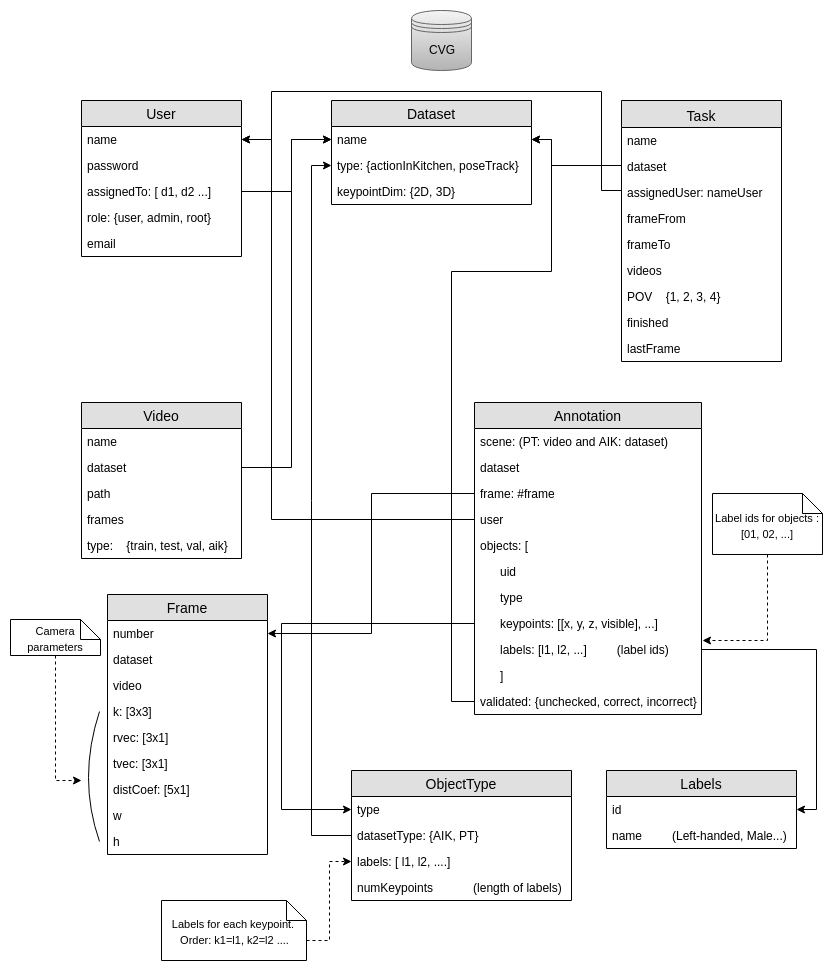
The draw.io diagram images/CVG_BBDD.png in bonn-activity-maps/bam_annotation_tool, before a commit. Source tidied: cells renumbered, new cells last; positions are measured from the earlier drawing's top-left corner, leaving out a move shared by most shapes.
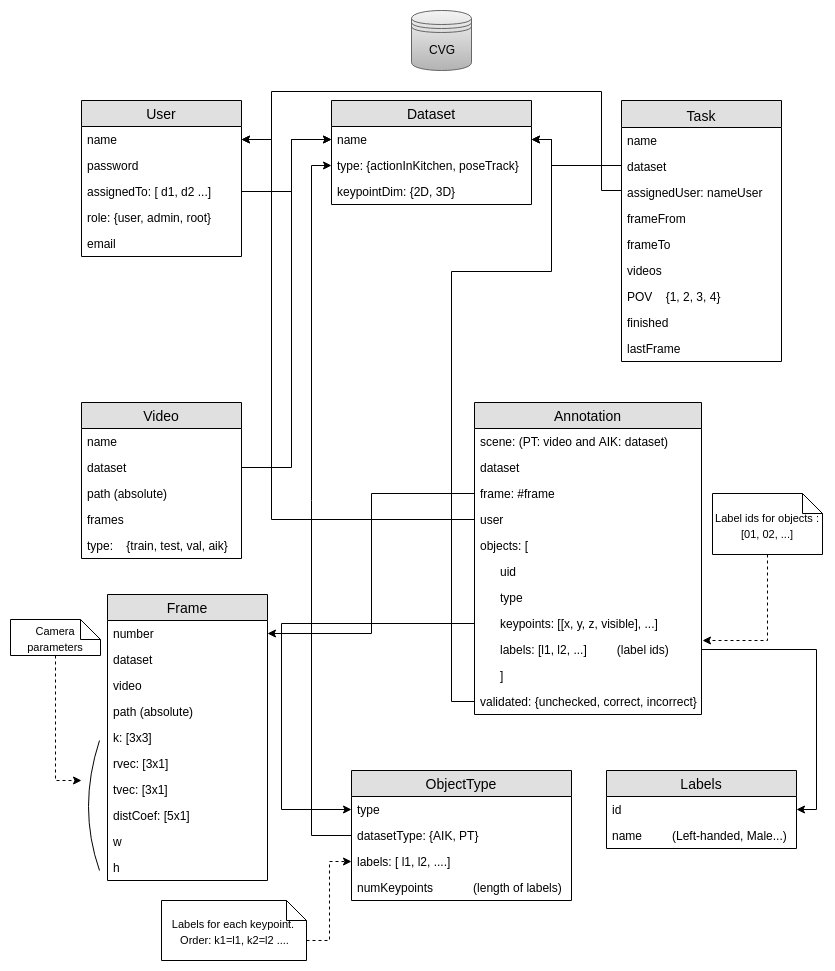
Later version of the same file.

Commit message:
#60 Add absolute path to frame

Change to the diagram source:
```diff
@@ -187,7 +187,7 @@
     <mxCell id="54" value="dataset" style="text;strokeColor=none;fillColor=none;spacingLeft=4;spacingRight=4;overflow=hidden;points=[[0,0.5],[1,0.5]];portConstraint=eastwest;fontSize=12;" parent="52" vertex="1">
       <mxGeometry y="52" width="160" height="26" as="geometry" />
     </mxCell>
-    <mxCell id="55" value="path" style="text;strokeColor=none;fillColor=none;spacingLeft=4;spacingRight=4;overflow=hidden;fontSize=12;" parent="52" vertex="1">
+    <mxCell id="55" value="path (absolute)" style="text;strokeColor=none;fillColor=none;spacingLeft=4;spacingRight=4;overflow=hidden;fontSize=12;" parent="52" vertex="1">
       <mxGeometry y="78" width="160" height="26" as="geometry" />
     </mxCell>
     <mxCell id="56" value="frames&#10;" style="text;strokeColor=none;fillColor=none;spacingLeft=4;spacingRight=4;overflow=hidden;fontSize=12;" parent="52" vertex="1">
@@ -216,7 +216,7 @@
       <mxGeometry y="609" width="90" height="36" as="geometry" />
     </mxCell>
     <mxCell id="61" value="Frame" style="swimlane;fontStyle=0;horizontal=1;startSize=26;fillColor=#e0e0e0;swimlaneFillColor=#ffffff;align=center;fontSize=14;" parent="1" vertex="1">
-      <mxGeometry x="97" y="584" width="160" height="260" as="geometry" />
+      <mxGeometry x="97" y="584" width="160" height="286" as="geometry" />
     </mxCell>
     <mxCell id="62" value="number" style="text;strokeColor=none;fillColor=none;spacingLeft=4;spacingRight=4;overflow=hidden;points=[[0,0.5],[1,0.5]];portConstraint=eastwest;fontSize=12;" parent="61" vertex="1">
       <mxGeometry y="26" width="160" height="26" as="geometry" />
@@ -227,30 +227,33 @@
     <mxCell id="64" value="video" style="text;strokeColor=none;fillColor=none;spacingLeft=4;spacingRight=4;overflow=hidden;fontSize=12;" parent="61" vertex="1">
       <mxGeometry y="78" width="160" height="26" as="geometry" />
     </mxCell>
+    <mxCell id="76" value="path (absolute)" style="text;strokeColor=none;fillColor=none;spacingLeft=4;spacingRight=4;overflow=hidden;fontSize=12;" parent="61" vertex="1">
+      <mxGeometry y="104" width="160" height="26" as="geometry" />
+    </mxCell>
     <mxCell id="65" value="k: [3x3]&#10;" style="text;strokeColor=none;fillColor=none;spacingLeft=4;spacingRight=4;overflow=hidden;fontSize=12;" parent="61" vertex="1">
-      <mxGeometry y="104" width="160" height="26" as="geometry" />
+      <mxGeometry y="130" width="160" height="26" as="geometry" />
     </mxCell>
     <mxCell id="66" value="rvec: [3x1]&#10;" style="text;strokeColor=none;fillColor=none;spacingLeft=4;spacingRight=4;overflow=hidden;fontSize=12;" parent="61" vertex="1">
-      <mxGeometry y="130" width="160" height="26" as="geometry" />
+      <mxGeometry y="156" width="160" height="26" as="geometry" />
     </mxCell>
     <mxCell id="67" value="tvec: [3x1]&#10;" style="text;strokeColor=none;fillColor=none;spacingLeft=4;spacingRight=4;overflow=hidden;fontSize=12;" parent="61" vertex="1">
-      <mxGeometry y="156" width="160" height="26" as="geometry" />
+      <mxGeometry y="182" width="160" height="26" as="geometry" />
     </mxCell>
     <mxCell id="68" value="distCoef: [5x1]&#10;" style="text;strokeColor=none;fillColor=none;spacingLeft=4;spacingRight=4;overflow=hidden;fontSize=12;" parent="61" vertex="1">
-      <mxGeometry y="182" width="160" height="26" as="geometry" />
+      <mxGeometry y="208" width="160" height="26" as="geometry" />
     </mxCell>
     <mxCell id="69" value="w&#10;" style="text;strokeColor=none;fillColor=none;spacingLeft=4;spacingRight=4;overflow=hidden;fontSize=12;" parent="61" vertex="1">
-      <mxGeometry y="208" width="160" height="26" as="geometry" />
+      <mxGeometry y="234" width="160" height="26" as="geometry" />
     </mxCell>
     <mxCell id="70" value="h&#10;" style="text;strokeColor=none;fillColor=none;spacingLeft=4;spacingRight=4;overflow=hidden;fontSize=12;" parent="61" vertex="1">
-      <mxGeometry y="234" width="160" height="26" as="geometry" />
+      <mxGeometry y="260" width="160" height="26" as="geometry" />
     </mxCell>
     <mxCell id="71" style="endArrow=none;html=1;curved=1;entryX=0;entryY=0.5;entryDx=0;entryDy=0;exitX=0;exitY=0.5;exitDx=0;exitDy=0;" parent="1" edge="1">
       <mxGeometry relative="1" as="geometry">
-        <mxPoint x="89" y="831" as="sourcePoint" />
-        <mxPoint x="89" y="701" as="targetPoint" />
+        <mxPoint x="89" y="860" as="sourcePoint" />
+        <mxPoint x="89" y="730" as="targetPoint" />
         <Array as="points">
-          <mxPoint x="67" y="768" />
+          <mxPoint x="67" y="797" />
         </Array>
       </mxGeometry>
     </mxCell>
```
